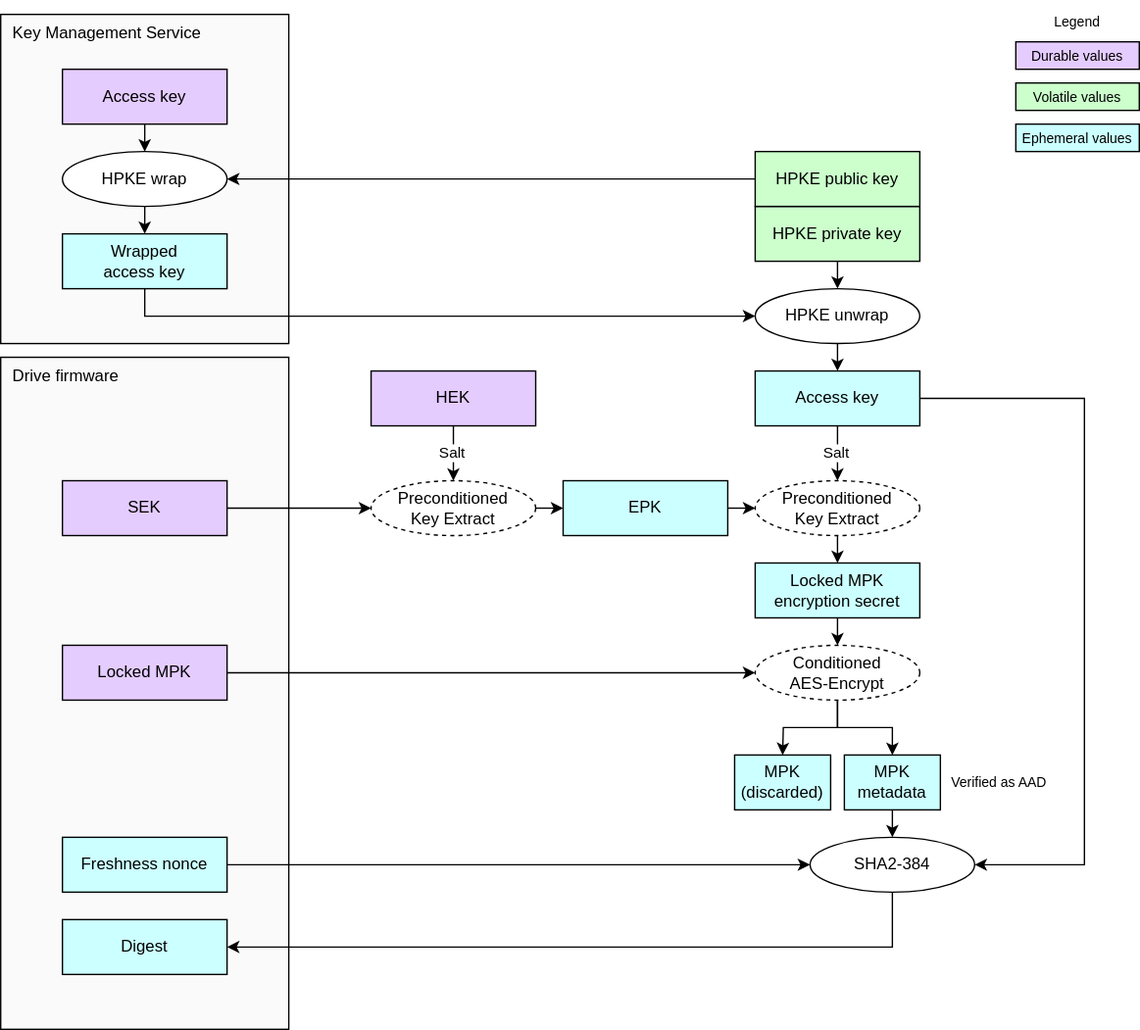
Earlier version of the draw.io export doc/ocp_lock/diagrams/mpk_access_key_testing.drawio.svg (chipsalliance/Caliptra). Source tidied: cells renumbered, new cells last; positions are measured from the earlier drawing's top-left corner, leaving out a move shared by most shapes.
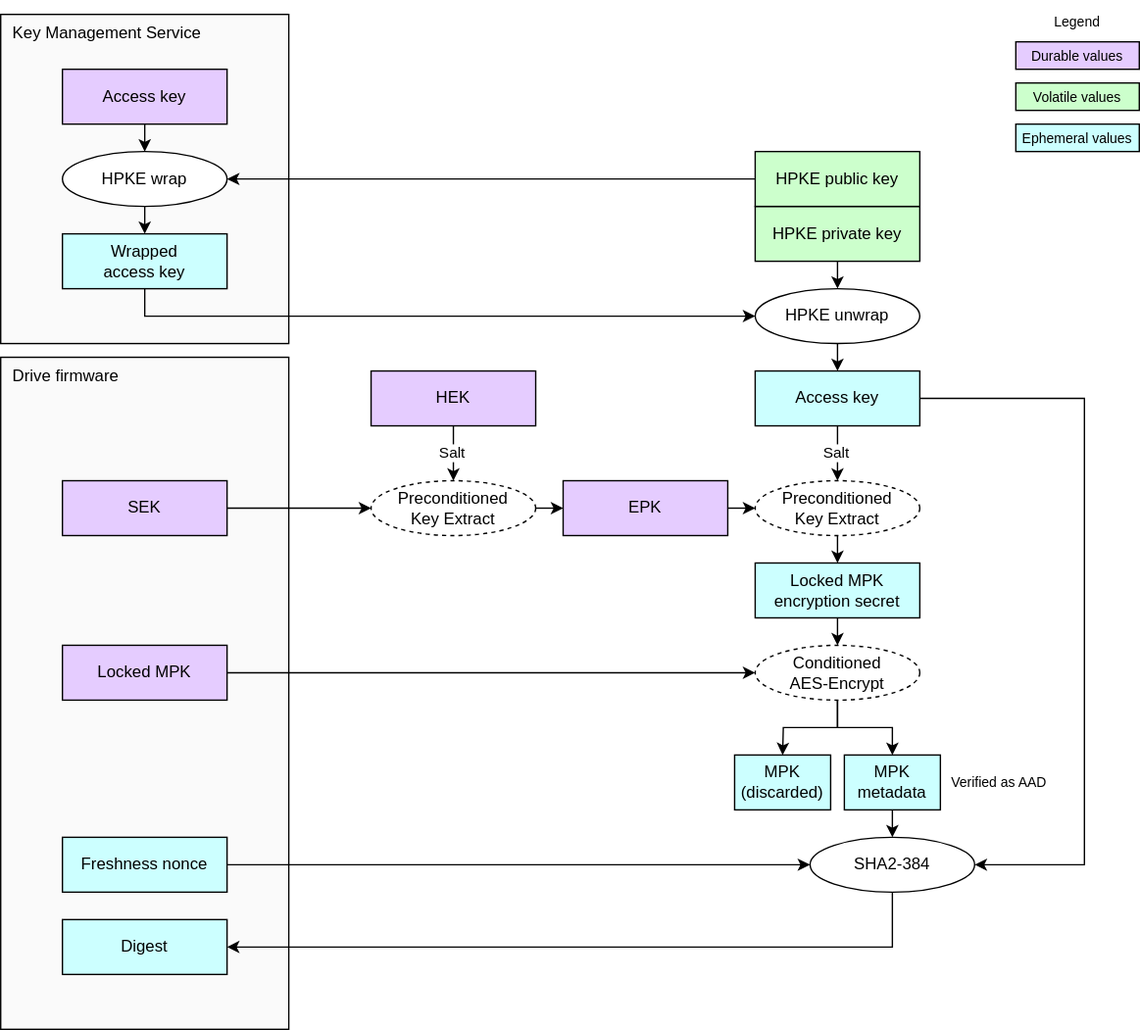
The same file after the commit.

What changed in the source:
```diff
@@ -148,7 +148,7 @@
     <mxCell id="46" style="edgeStyle=none;html=1;exitX=1;exitY=0.5;exitDx=0;exitDy=0;entryX=0;entryY=0.5;entryDx=0;entryDy=0;" parent="1" edge="1" source="47" target="48">
       <mxGeometry relative="1" as="geometry" />
     </mxCell>
-    <mxCell id="47" value="&lt;div&gt;&lt;font color=&quot;#000000&quot;&gt;EPK&lt;/font&gt;&lt;/div&gt;" style="rounded=0;whiteSpace=wrap;html=1;align=center;verticalAlign=middle;shadow=0;glass=0;spacingLeft=0;spacingBottom=0;spacingTop=0;fillColor=#CCFFFF;" parent="1" vertex="1">
+    <mxCell id="47" value="&lt;div&gt;&lt;font color=&quot;#000000&quot;&gt;EPK&lt;/font&gt;&lt;/div&gt;" style="rounded=0;whiteSpace=wrap;html=1;align=center;verticalAlign=middle;shadow=0;glass=0;spacingLeft=0;spacingBottom=0;spacingTop=0;fillColor=#E5CCFF;" parent="1" vertex="1">
       <mxGeometry x="410" y="350" width="120" height="40" as="geometry" />
     </mxCell>
     <mxCell id="48" value="&lt;span style=&quot;color: rgb(0, 0, 0);&quot;&gt;Preconditioned&lt;/span&gt;&lt;div&gt;Key Extract&lt;/div&gt;" style="ellipse;whiteSpace=wrap;html=1;fillColor=#FFFFFF;dashed=1;" parent="1" vertex="1">
```
